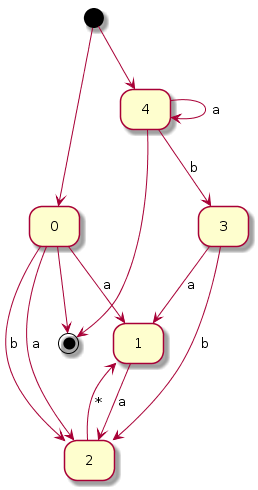
Mr-Monster-0248/Finit-automata keeps this PlantUML diagram as output.png. Above is the earlier version.
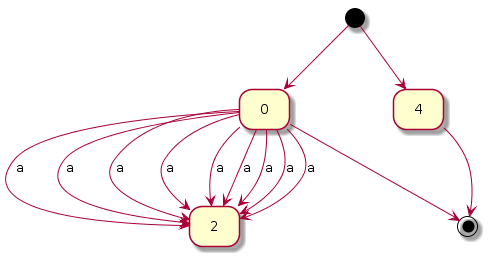
The same diagram one commit later.

Change to the diagram source:
```diff
@@ -4,13 +4,13 @@
 [*] --> 4
 0 --> [*]
 4 --> [*]
-0 --> 1 : a
 0 --> 2 : a
-0 --> 2 : b
-1 --> 2 : a
-2 --> 1 : *
-3 --> 1 : a
-3 --> 2 : b
-4 --> 3 : b
-4 --> 4 : a
+0 --> 2 : a
+0 --> 2 : a
+0 --> 2 : a
+0 --> 2 : a
+0 --> 2 : a
+0 --> 2 : a
+0 --> 2 : a
+0 --> 2 : a
 @enduml
```
